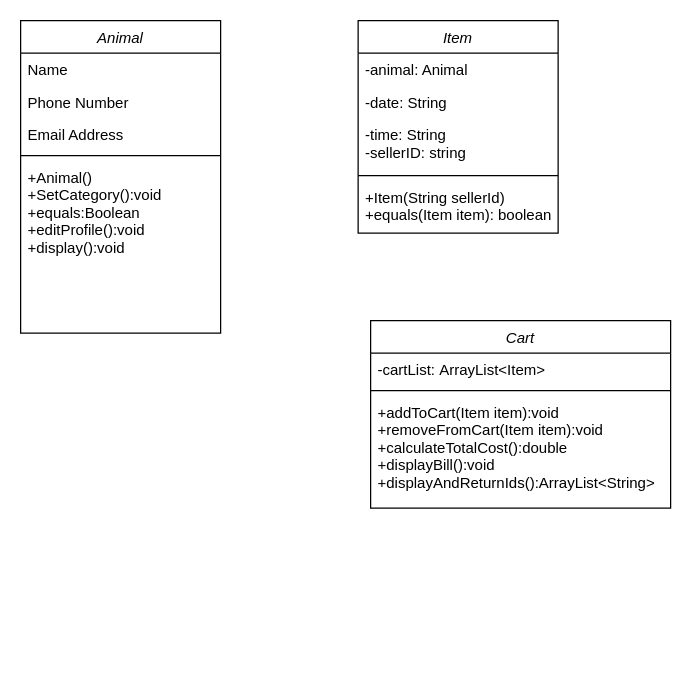
Earlier version of the draw.io diagram Diagram/ Analys_reflektion.drawio (GitoPot/Analys_reflektion). Source tidied: cells renumbered, new cells numbered last; positions are measured from the earlier drawing's top-left corner, leaving out a move shared by most shapes. Both pictures are drawn from the tidied source at 125%, with x=0, y=0 at pixel (20, 20).
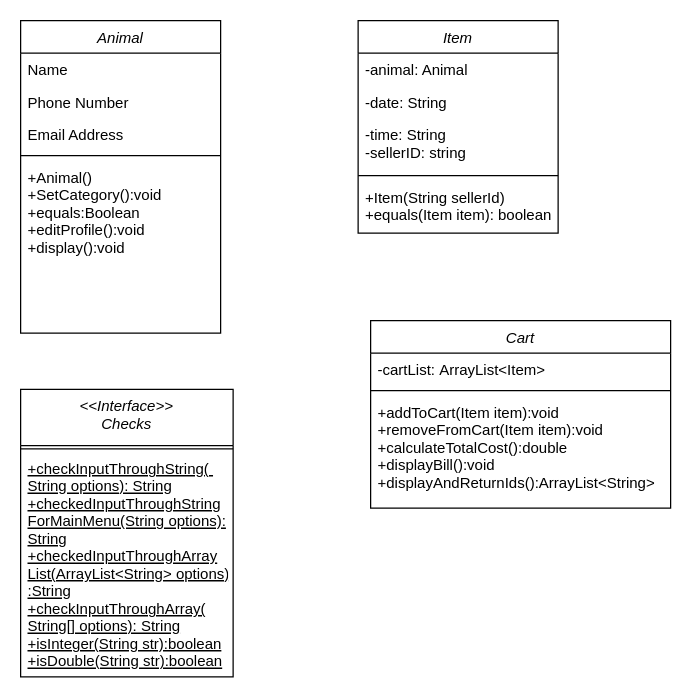
The same page after the edit.

What changed in the source:
```diff
@@
+    <mxCell id="18" value="&lt;&lt;Interface&gt;&gt;&#10;Checks" style="swimlane;fontStyle=2;align=center;verticalAlign=top;horizontal=1;startSize=45;rounded=0;shadow=0;strokeWidth=1;" parent="1" vertex="1">
+      <mxGeometry y="295" width="170" height="230" as="geometry" />
+    </mxCell>
+    <mxCell id="19" style="line;html=1;strokeWidth=1;align=left;verticalAlign=middle;spacingTop=-1;spacingLeft=3;spacingRight=3;labelPosition=right;" parent="18" vertex="1">
+      <mxGeometry y="45" width="170" height="5" as="geometry" />
+    </mxCell>
+    <mxCell id="20" value="+checkInputThroughString( &#10;String options): String&#10;+checkedInputThroughString&#10;ForMainMenu(String options): &#10;String&#10;+checkedInputThroughArray&#10;List(ArrayList&lt;String&gt; options)&#10;:String&#10;+checkInputThroughArray(&#10;String[] options): String&#10;+isInteger(String str):boolean&#10;+isDouble(String str):boolean&#10;" style="text;align=left;verticalAlign=top;spacingLeft=4;spacingRight=4;overflow=hidden;fontStyle=4;" parent="18" vertex="1">
+      <mxGeometry y="50" width="170" height="180" as="geometry" />
+    </mxCell>
```
